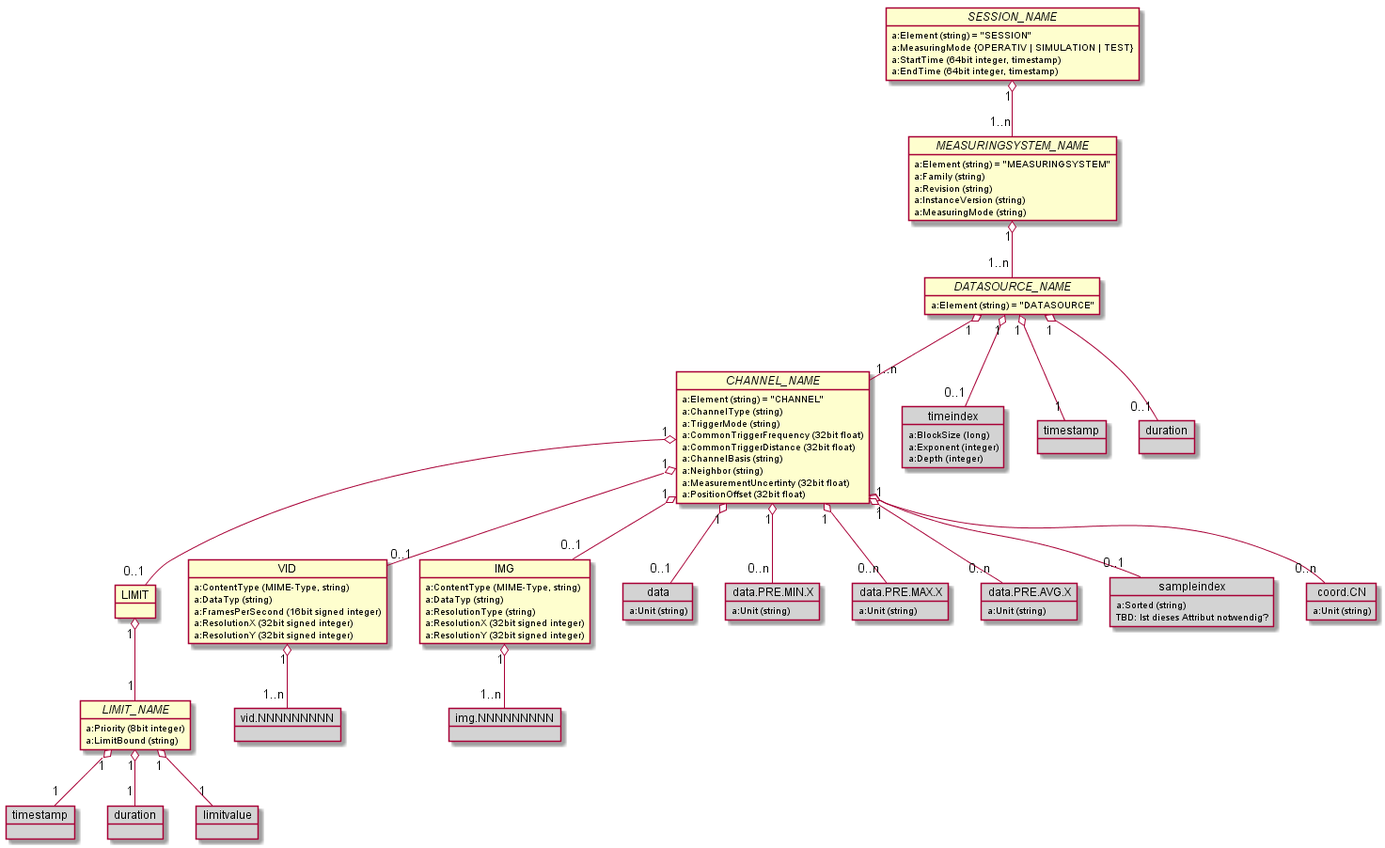
Earlier version of the PlantUML export images/generated/RCM_DX_MS_overview.png (OpenRailAssociation/rcm-dx).
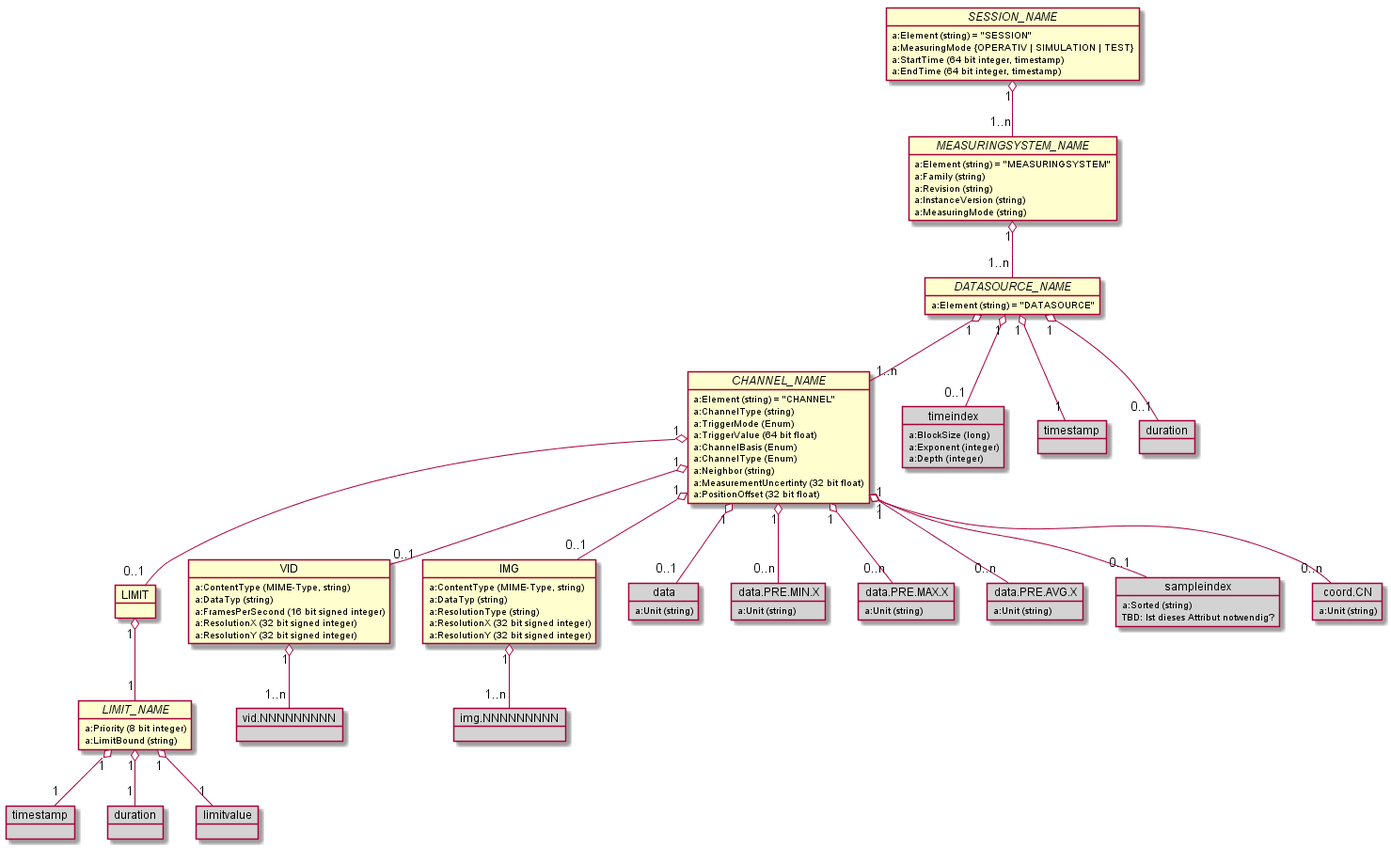
The same diagram one commit later.

The edit, as a diff of the source:
```diff
@@ -3,8 +3,8 @@
   object "//SESSION_NAME//" as session_name {
     a:Element (string) = "SESSION"
     a:MeasuringMode {OPERATIV | SIMULATION | TEST}
-    a:StartTime (64bit integer, timestamp)
-    a:EndTime (64bit integer, timestamp)
+    a:StartTime (64 bit integer, timestamp)
+    a:EndTime (64 bit integer, timestamp)
   }
 
   object "//MEASURINGSYSTEM_NAME//" as measuringsystem_name {
@@ -22,36 +22,36 @@
   object LIMIT
 
   object "//LIMIT_NAME//" as limit_name {
-    a:Priority (8bit integer)
+    a:Priority (8 bit integer)
     a:LimitBound (string)
   }
 
   object "//CHANNEL_NAME//" as channel_name {
     a:Element (string) = "CHANNEL"
     a:ChannelType (string)
-    a:TriggerMode (string)
-    a:CommonTriggerFrequency (32bit float)
-    a:CommonTriggerDistance (32bit float)
-    a:ChannelBasis (string)
+    a:TriggerMode (Enum)
+    a:TriggerValue (64 bit float)
+    a:ChannelBasis (Enum)
+    a:ChannelType (Enum)
     a:Neighbor (string)
-    a:MeasurementUncertinty (32bit float)
-    a:PositionOffset (32bit float)
+    a:MeasurementUncertinty (32 bit float)
+    a:PositionOffset (32 bit float)
   }
 
   object VID {
     a:ContentType (MIME-Type, string)
     a:DataTyp (string)
-    a:FramesPerSecond (16bit signed integer)
-    a:ResolutionX (32bit signed integer)
-    a:ResolutionY (32bit signed integer)
+    a:FramesPerSecond (16 bit signed integer)
+    a:ResolutionX (32 bit signed integer)
+    a:ResolutionY (32 bit signed integer)
   }
 
   object IMG {
     a:ContentType (MIME-Type, string)
     a:DataTyp (string)
     a:ResolutionType (string)
-    a:ResolutionX (32bit signed integer)
-    a:ResolutionY (32bit signed integer)
+    a:ResolutionX (32 bit signed integer)
+    a:ResolutionY (32 bit signed integer)
   }
 
   object data #LightGray {
```
